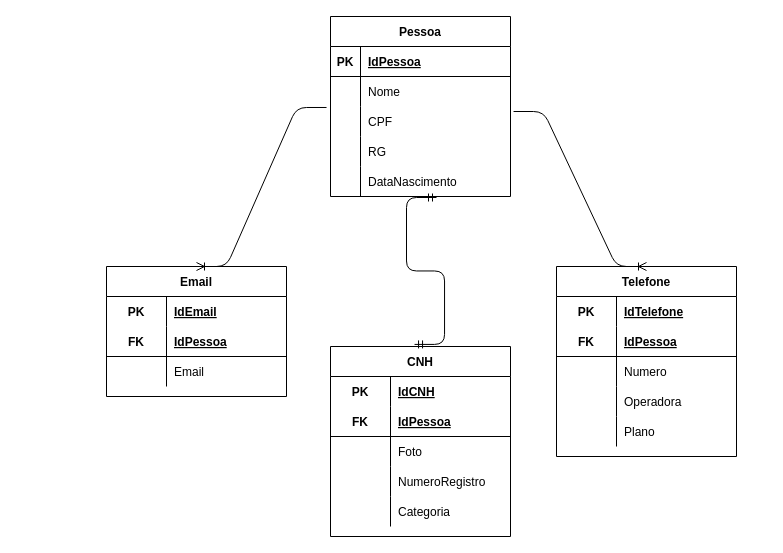
This is page "Logica" (2 of 2) of 1.1-exercicio-pessoas/1.1-exercicio-pessoas.drawio from Brunodonadei/exercicios-sprint-1-bd, a draw.io file, before an edit. Source tidied: cells renumbered, new cells numbered last; positions are measured from the earlier drawing's top-left corner, leaving out a move shared by most shapes. Both pictures are drawn from the tidied source at 100%, with x=0, y=0 at pixel (106, 16).
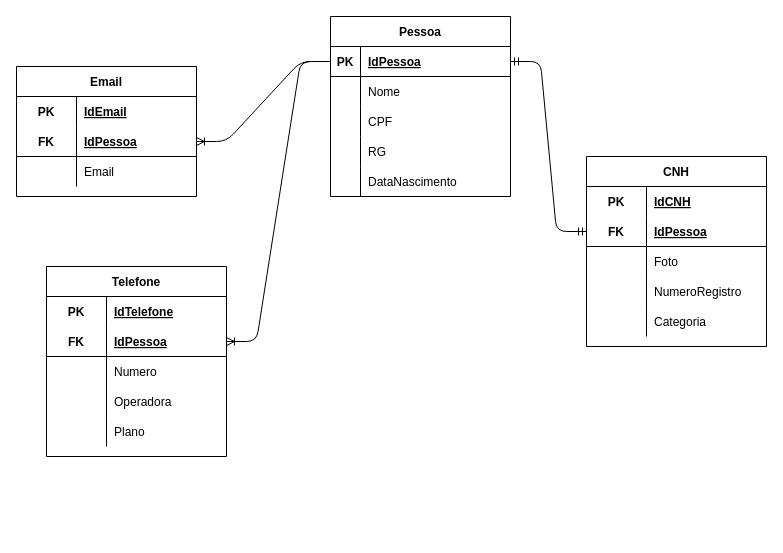
The same page after the edit.

The change refers to these unchanged cells:
```xml
<mxCell id="3" style="shape=partialRectangle;fillColor=none;top=0;left=0;bottom=1;right=0;points=[[0,0.5],[1,0.5]];portConstraint=eastwest;" parent="2" vertex="1">
  <mxGeometry y="30" width="180" height="30" as="geometry" />
</mxCell>
<mxCell id="6" style="shape=partialRectangle;fillColor=none;top=0;left=0;bottom=0;right=0;points=[[0,0.5],[1,0.5]];portConstraint=eastwest;" parent="2" vertex="1">
  <mxGeometry y="60" width="180" height="30" as="geometry" />
</mxCell>
<mxCell id="9" style="shape=partialRectangle;fillColor=none;top=0;left=0;bottom=0;right=0;points=[[0,0.5],[1,0.5]];portConstraint=eastwest;" parent="2" vertex="1">
  <mxGeometry y="90" width="180" height="30" as="geometry" />
</mxCell>
<mxCell id="22" style="shape=partialRectangle;fillColor=none;top=0;left=0;bottom=1;right=0;points=[[0,0.5],[1,0.5]];portConstraint=eastwest;" parent="18" vertex="1">
  <mxGeometry y="60" width="180" height="30" as="geometry" />
</mxCell>
<mxCell id="32" style="shape=partialRectangle;fillColor=none;top=0;left=0;bottom=1;right=0;points=[[0,0.5],[1,0.5]];portConstraint=eastwest;" parent="28" vertex="1">
  <mxGeometry y="60" width="180" height="30" as="geometry" />
</mxCell>
<mxCell id="48" style="shape=partialRectangle;fillColor=none;top=0;left=0;bottom=1;right=0;points=[[0,0.5],[1,0.5]];portConstraint=eastwest;" parent="44" vertex="1">
  <mxGeometry y="60" width="180" height="30" as="geometry" />
</mxCell>
```

Diff of the diagram source:
```diff
@@
     <mxCell id="18" value="Email" style="shape=table;startSize=30;childLayout=tableLayout;rowLines=0;fontStyle=1;align=center;" parent="1" vertex="1">
-      <mxGeometry y="250" width="180" height="130" as="geometry" />
+      <mxGeometry x="-90" y="50" width="180" height="130" as="geometry" />
     </mxCell>
@@
     <mxCell id="28" value="Telefone" style="shape=table;startSize=30;childLayout=tableLayout;rowLines=0;fontStyle=1;align=center;" parent="1" vertex="1">
-      <mxGeometry x="450" y="250" width="180" height="190" as="geometry" />
+      <mxGeometry x="-60" y="250" width="180" height="190" as="geometry" />
     </mxCell>
@@
     <mxCell id="44" value="CNH" style="shape=table;startSize=30;childLayout=tableLayout;rowLines=0;fontStyle=1;align=center;" parent="1" vertex="1">
-      <mxGeometry x="224" y="330" width="180" height="190" as="geometry" />
+      <mxGeometry x="480" y="140" width="180" height="190" as="geometry" />
     </mxCell>
@@
-    <mxCell id="60" style="edgeStyle=entityRelationEdgeStyle;fontSize=12;html=1;endArrow=ERoneToMany;exitX=-0.022;exitY=0.033;exitDx=0;exitDy=0;exitPerimeter=0;entryX=0.5;entryY=0;entryDx=0;entryDy=0;" parent="1" edge="1" source="9" target="18">
+    <mxCell id="60" style="edgeStyle=entityRelationEdgeStyle;fontSize=12;html=1;endArrow=ERoneToMany;exitX=0;exitY=0.5;exitDx=0;exitDy=0;entryX=1;entryY=0.5;entryDx=0;entryDy=0;" parent="1" edge="1" source="3" target="22">
       <mxGeometry relative="1" as="geometry" />
     </mxCell>
-    <mxCell id="61" style="edgeStyle=entityRelationEdgeStyle;fontSize=12;html=1;endArrow=ERoneToMany;exitX=1.017;exitY=1.167;exitDx=0;exitDy=0;exitPerimeter=0;entryX=0.5;entryY=0;entryDx=0;entryDy=0;" parent="1" edge="1" source="6" target="28">
+    <mxCell id="61" style="edgeStyle=entityRelationEdgeStyle;fontSize=12;html=1;endArrow=ERoneToMany;exitX=0;exitY=0.5;exitDx=0;exitDy=0;entryX=1;entryY=0.5;entryDx=0;entryDy=0;" parent="1" edge="1" source="3" target="32">
       <mxGeometry relative="1" as="geometry" />
     </mxCell>
-    <mxCell id="62" style="edgeStyle=entityRelationEdgeStyle;fontSize=12;html=1;endArrow=ERmandOne;startArrow=ERmandOne;exitX=0.467;exitY=-0.011;exitDx=0;exitDy=0;exitPerimeter=0;" parent="1" edge="1" source="44">
-      <mxGeometry relative="1" as="geometry">
-        <mxPoint x="330" y="181" as="targetPoint" />
-      </mxGeometry>
+    <mxCell id="62" style="edgeStyle=entityRelationEdgeStyle;fontSize=12;html=1;endArrow=ERmandOne;startArrow=ERmandOne;exitX=0;exitY=0.5;exitDx=0;exitDy=0;entryX=1;entryY=0.5;entryDx=0;entryDy=0;" parent="1" edge="1" source="48" target="3">
+      <mxGeometry relative="1" as="geometry" />
     </mxCell>
```
